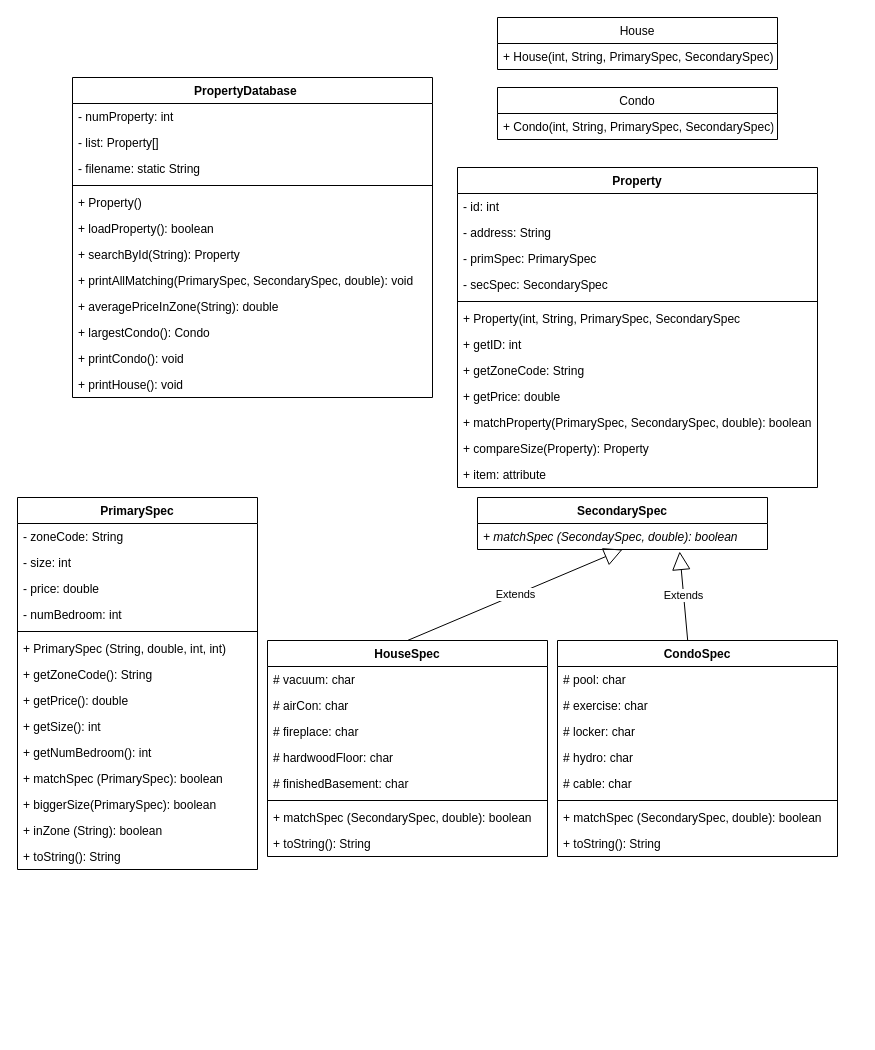
This is OOP/RealtyDatabase/RealtyDatabase.drawio from wang-owen/ICS4U, a draw.io file, before an edit. Source tidied: cells renumbered, new cells numbered last; positions are measured from the earlier drawing's top-left corner, leaving out a move shared by most shapes. Both pictures are drawn from the tidied source at 100%, with x=0, y=0 at pixel (17, 17).
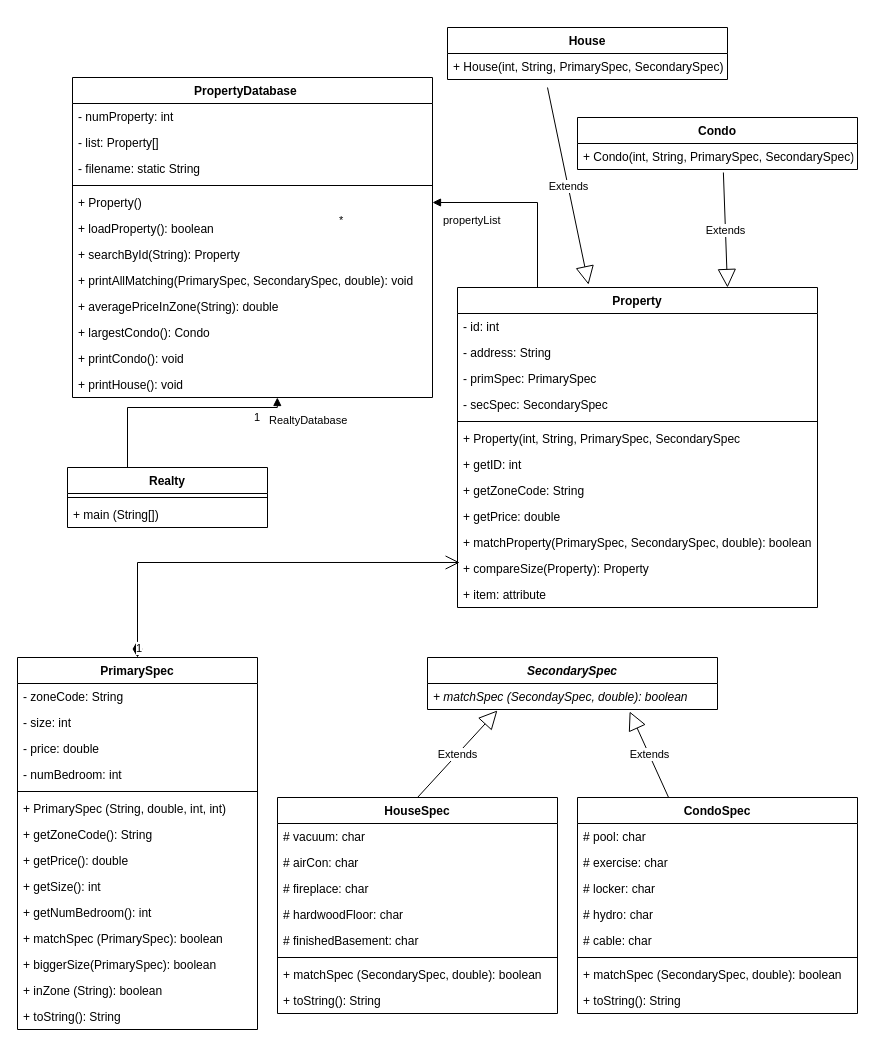
Above is the later version.

Unchanged cells that the change refers to:
```xml
<mxCell id="18" value="+ matchSpec (SecondaySpec, double): boolean" style="text;strokeColor=none;fillColor=none;align=left;verticalAlign=top;spacingLeft=4;spacingRight=4;overflow=hidden;points=[[0,0.5],[1,0.5]];portConstraint=eastwest;fontStyle=2;" parent="17" vertex="1">
  <mxGeometry y="26" width="290" height="26" as="geometry" />
</mxCell>
<mxCell id="44" value="+ Property()" style="text;strokeColor=none;fillColor=none;align=left;verticalAlign=top;spacingLeft=4;spacingRight=4;overflow=hidden;points=[[0,0.5],[1,0.5]];portConstraint=eastwest;" parent="39" vertex="1">
  <mxGeometry y="112" width="360" height="26" as="geometry" />
</mxCell>
<mxCell id="51" value="+ printHouse(): void" style="text;strokeColor=none;fillColor=none;align=left;verticalAlign=top;spacingLeft=4;spacingRight=4;overflow=hidden;points=[[0,0.5],[1,0.5]];portConstraint=eastwest;" parent="39" vertex="1">
  <mxGeometry y="294" width="360" height="26" as="geometry" />
</mxCell>
<mxCell id="55" value="+ Condo(int, String, PrimarySpec, SecondarySpec)" style="text;strokeColor=none;fillColor=none;align=left;verticalAlign=top;spacingLeft=4;spacingRight=4;overflow=hidden;points=[[0,0.5],[1,0.5]];portConstraint=eastwest;" parent="54" vertex="1">
  <mxGeometry y="26" width="280" height="26" as="geometry" />
</mxCell>
<mxCell id="67" value="+ compareSize(Property): Property" style="text;strokeColor=none;fillColor=none;align=left;verticalAlign=top;spacingLeft=4;spacingRight=4;overflow=hidden;points=[[0,0.5],[1,0.5]];portConstraint=eastwest;" parent="56" vertex="1">
  <mxGeometry y="268" width="360" height="26" as="geometry" />
</mxCell>
```

The edit, as a diff of the source:
```diff
@@
     <mxCell id="2" value="PrimarySpec" style="swimlane;fontStyle=1;align=center;verticalAlign=top;horizontal=1;startSize=26;" parent="1" vertex="1">
-      <mxGeometry y="480" width="240" height="372" as="geometry" />
+      <mxGeometry y="640" width="240" height="372" as="geometry" />
     </mxCell>
@@
-    <mxCell id="17" value="SecondarySpec" style="swimlane;fontStyle=1;align=center;verticalAlign=top;horizontal=1;startSize=26;" parent="1" vertex="1">
-      <mxGeometry x="460" y="480" width="290" height="52" as="geometry" />
+    <mxCell id="17" value="SecondarySpec" style="swimlane;fontStyle=3;align=center;verticalAlign=top;horizontal=1;startSize=26;" parent="1" vertex="1">
+      <mxGeometry x="410" y="640" width="290" height="52" as="geometry" />
     </mxCell>
@@
     <mxCell id="19" value="HouseSpec" style="swimlane;fontStyle=1;align=center;verticalAlign=top;horizontal=1;startSize=26;" parent="1" vertex="1">
-      <mxGeometry x="250" y="623" width="280" height="216" as="geometry" />
+      <mxGeometry x="260" y="780" width="280" height="216" as="geometry" />
     </mxCell>
@@
-    <mxCell id="28" value="Extends" style="endArrow=block;endSize=16;endFill=0;html=1;rounded=0;fillColor=#FFFFFF;exitX=0.5;exitY=0;exitDx=0;exitDy=0;entryX=0.5;entryY=1;entryDx=0;entryDy=0;" parent="1" edge="1" source="19" target="17">
+    <mxCell id="28" value="Extends" style="endArrow=block;endSize=16;endFill=0;html=1;rounded=0;fillColor=#FFFFFF;exitX=0.5;exitY=0;exitDx=0;exitDy=0;entryX=0.241;entryY=1.038;entryDx=0;entryDy=0;entryPerimeter=0;" parent="1" edge="1" source="19" target="18">
       <mxGeometry relative="1" as="geometry" />
     </mxCell>
     <mxCell id="29" value="CondoSpec" style="swimlane;fontStyle=1;align=center;verticalAlign=top;horizontal=1;startSize=26;" parent="1" vertex="1">
-      <mxGeometry x="540" y="623" width="280" height="216" as="geometry" />
+      <mxGeometry x="560" y="780" width="280" height="216" as="geometry" />
     </mxCell>
@@
-    <mxCell id="52" value="House" style="swimlane;fontStyle=0;horizontal=1;startSize=26;fillColor=none;" parent="1" vertex="1">
-      <mxGeometry x="480" width="280" height="52" as="geometry" />
+    <mxCell id="52" value="House" style="swimlane;fontStyle=1;horizontal=1;startSize=26;fillColor=none;" parent="1" vertex="1">
+      <mxGeometry x="430" y="10" width="280" height="52" as="geometry" />
     </mxCell>
@@
-    <mxCell id="54" value="Condo" style="swimlane;fontStyle=0;horizontal=1;startSize=26;fillColor=none;" parent="1" vertex="1">
-      <mxGeometry x="480" y="70" width="280" height="52" as="geometry" />
+    <mxCell id="54" value="Condo" style="swimlane;fontStyle=1;horizontal=1;startSize=26;fillColor=none;" parent="1" vertex="1">
+      <mxGeometry x="560" y="100" width="280" height="52" as="geometry" />
     </mxCell>
@@
     <mxCell id="56" value="Property" style="swimlane;fontStyle=1;align=center;verticalAlign=top;horizontal=1;startSize=26;" parent="1" vertex="1">
-      <mxGeometry x="440" y="150" width="360" height="320" as="geometry" />
+      <mxGeometry x="440" y="270" width="360" height="320" as="geometry" />
     </mxCell>
@@
+    <mxCell id="69" value="Realty" style="swimlane;fontStyle=1;align=center;verticalAlign=top;horizontal=1;startSize=26;" parent="1" vertex="1">
+      <mxGeometry x="50" y="450" width="200" height="60" as="geometry" />
+    </mxCell>
+    <mxCell id="70" style="line;strokeWidth=1;fillColor=none;align=left;verticalAlign=middle;spacingTop=-1;spacingLeft=3;spacingRight=3;labelPosition=right;strokeColor=inherit;" parent="69" vertex="1">
+      <mxGeometry y="26" width="200" height="8" as="geometry" />
+    </mxCell>
+    <mxCell id="71" value="+ main (String[])" style="text;strokeColor=none;fillColor=none;align=left;verticalAlign=top;spacingLeft=4;spacingRight=4;overflow=hidden;" parent="69" vertex="1">
+      <mxGeometry y="34" width="200" height="26" as="geometry" />
+    </mxCell>
+    <mxCell id="72" value="1" style="endArrow=open;html=1;endSize=12;startArrow=diamondThin;startSize=14;startFill=1;edgeStyle=orthogonalEdgeStyle;align=left;verticalAlign=bottom;rounded=0;exitX=0.5;exitY=0;exitDx=0;exitDy=0;entryX=0.006;entryY=0.269;entryDx=0;entryDy=0;entryPerimeter=0;" parent="1" edge="1" source="2" target="67">
+      <mxGeometry x="-1" y="3" relative="1" as="geometry" />
+    </mxCell>
+    <mxCell id="73" value="&lt;div&gt;RealtyDatabase&lt;/div&gt;" style="endArrow=block;endFill=1;html=1;edgeStyle=orthogonalEdgeStyle;align=left;verticalAlign=top;rounded=0;entryX=0.569;entryY=1;entryDx=0;entryDy=0;entryPerimeter=0;exitX=0.5;exitY=0;exitDx=0;exitDy=0;" parent="1" edge="1" source="69" target="51">
+      <mxGeometry x="0.85" relative="1" as="geometry">
+        <Array as="points">
+          <mxPoint x="110" y="450" />
+          <mxPoint x="110" y="390" />
+          <mxPoint x="260" y="390" />
+        </Array>
+      </mxGeometry>
+    </mxCell>
+    <mxCell id="74" value="1" style="edgeLabel;html=1;align=left;verticalAlign=bottom;" parent="73" vertex="1">
+      <mxGeometry x="-1" relative="1" as="geometry">
+        <mxPoint x="85" y="-42" as="offset" />
+      </mxGeometry>
+    </mxCell>
+    <mxCell id="75" value="propertyList" style="endArrow=block;endFill=1;html=1;edgeStyle=orthogonalEdgeStyle;align=left;verticalAlign=top;rounded=0;entryX=1;entryY=0.5;entryDx=0;entryDy=0;" parent="1" edge="1" source="56" target="44">
+      <mxGeometry x="0.9" y="5" relative="1" as="geometry">
+        <Array as="points">
+          <mxPoint x="520" y="185" />
+        </Array>
+      </mxGeometry>
+    </mxCell>
+    <mxCell id="76" value="&lt;div&gt;*&lt;/div&gt;" style="edgeLabel;html=1;align=left;verticalAlign=bottom;" parent="75" vertex="1">
+      <mxGeometry x="-1" relative="1" as="geometry">
+        <mxPoint x="-200" y="-59" as="offset" />
+      </mxGeometry>
+    </mxCell>
+    <mxCell id="77" value="Extends" style="endArrow=block;endSize=16;endFill=0;html=1;rounded=0;exitX=0.521;exitY=1.115;exitDx=0;exitDy=0;exitPerimeter=0;entryX=0.75;entryY=0;entryDx=0;entryDy=0;" parent="1" edge="1" source="55" target="56">
+      <mxGeometry relative="1" as="geometry" />
+    </mxCell>
+    <mxCell id="78" value="Extends" style="endArrow=block;endSize=16;endFill=0;html=1;rounded=0;entryX=0.364;entryY=-0.009;entryDx=0;entryDy=0;entryPerimeter=0;" parent="1" edge="1" target="56">
+      <mxGeometry relative="1" as="geometry">
+        <mxPoint x="530" y="70" as="sourcePoint" />
+      </mxGeometry>
+    </mxCell>
```
